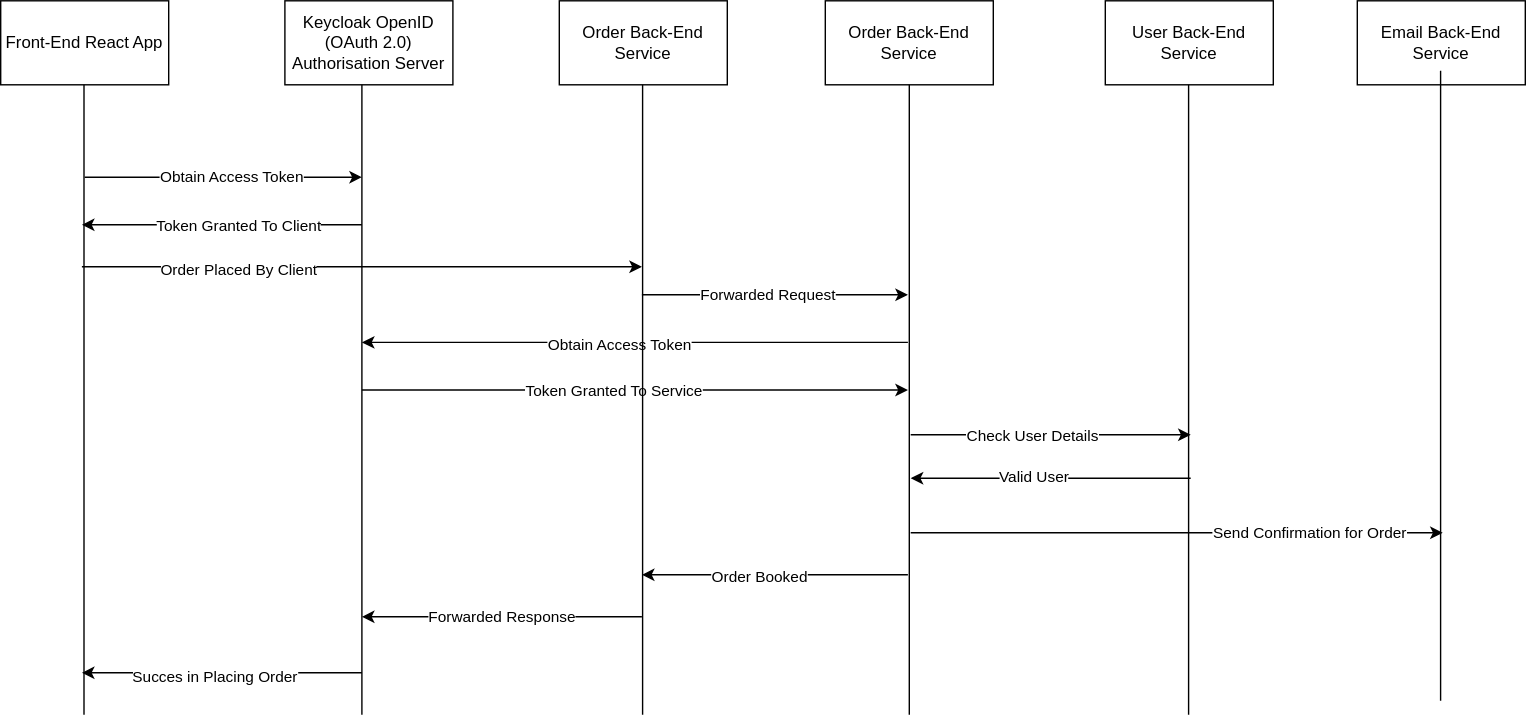
gauravuq/Food-App-Back-End keeps this draw.io diagram as Food App Back-End Order Scenario .svg. Above is the earlier version. Source tidied: cells renumbered, new cells last; positions are measured from the earlier drawing's top-left corner, leaving out a move shared by most shapes.
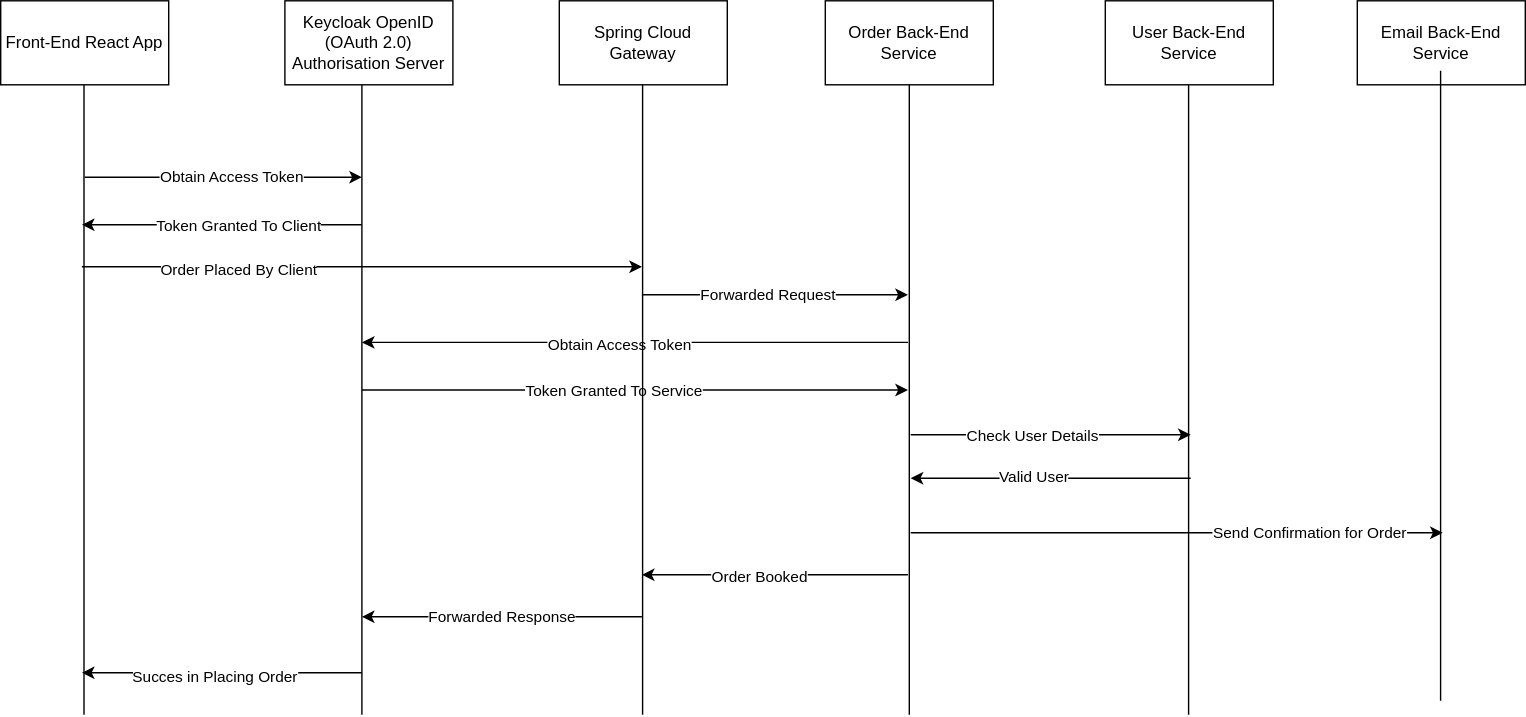
The same diagram one commit later.

What changed in the source:
```diff
@@ -150,7 +150,7 @@
         <mxPoint x="19" as="offset" />
       </mxGeometry>
     </mxCell>
-    <mxCell id="32" value="&lt;span&gt;Order Back-End Service&lt;/span&gt;" style="rounded=0;whiteSpace=wrap;html=1;" parent="1" vertex="1">
+    <mxCell id="32" value="Spring Cloud Gateway" style="rounded=0;whiteSpace=wrap;html=1;" parent="1" vertex="1">
       <mxGeometry x="399" width="120" height="60" as="geometry" />
     </mxCell>
     <mxCell id="33" style="endArrow=none;html=1;entryX=0.5;entryY=1;entryDx=0;entryDy=0;" parent="1" edge="1">
```
